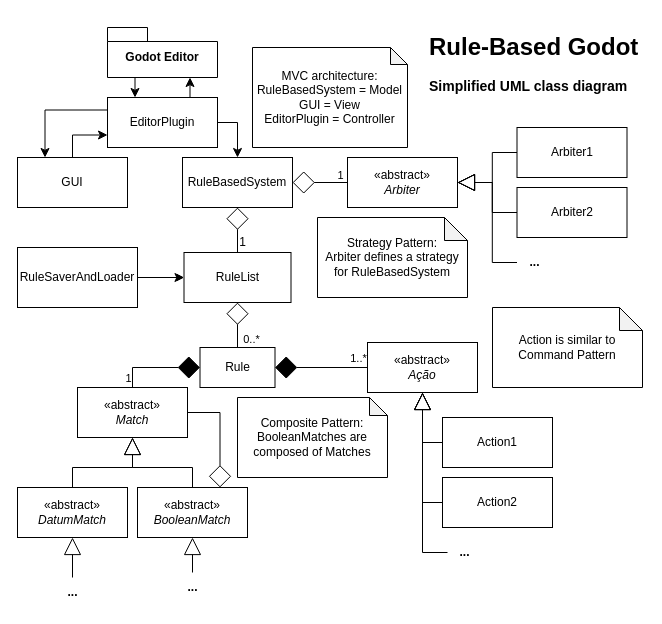
Above: page "Simplified" (1 of 3) of diagrams/UML_Classes.drawio in rvbatt/rule-based-godot (draw.io), before the change. Source tidied: cells renumbered, new cells numbered last; positions are measured from the earlier drawing's top-left corner, leaving out a move shared by most shapes. Both pictures are drawn from the tidied source at 100%, with x=0, y=0 at pixel (17, 27).
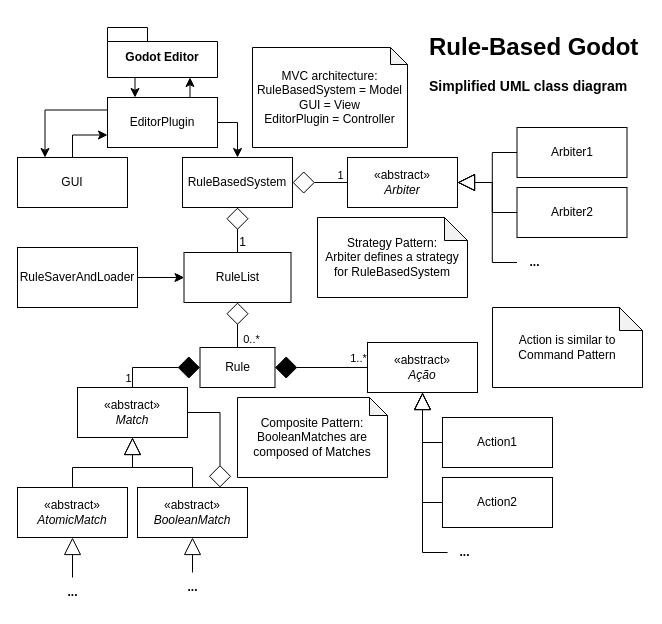
The same diagram, later.

The change refers to these unchanged cells:
```xml
<mxCell id="51" style="group;" parent="1" vertex="1">
  <mxGeometry y="460" width="110" height="120" as="geometry" />
</mxCell>
```

Diff of the diagram source:
```diff
@@
-    <mxCell id="52" value="«abstract»&lt;br&gt;&lt;i&gt;DatumMatch&lt;/i&gt;" style="html=1;whiteSpace=wrap;" parent="51" vertex="1">
+    <mxCell id="52" value="«abstract»&lt;br&gt;&lt;i&gt;AtomicMatch&lt;/i&gt;" style="html=1;whiteSpace=wrap;" parent="51" vertex="1">
       <mxGeometry width="110" height="50" as="geometry" />
     </mxCell>
```
